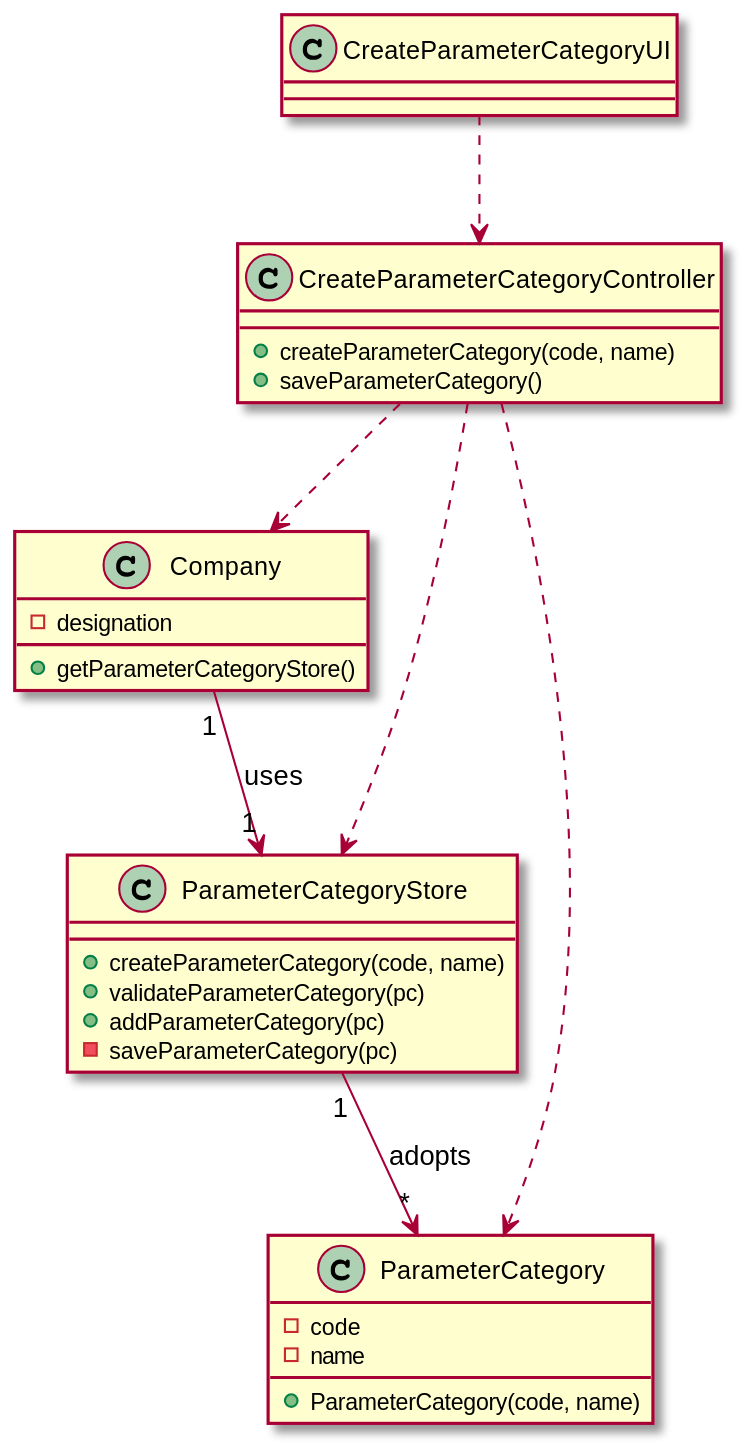
The PlantUML diagram docs/SprintB/US11/US11-CD.svg in manu-07-ela/LAPR2_ISEP, before a commit.
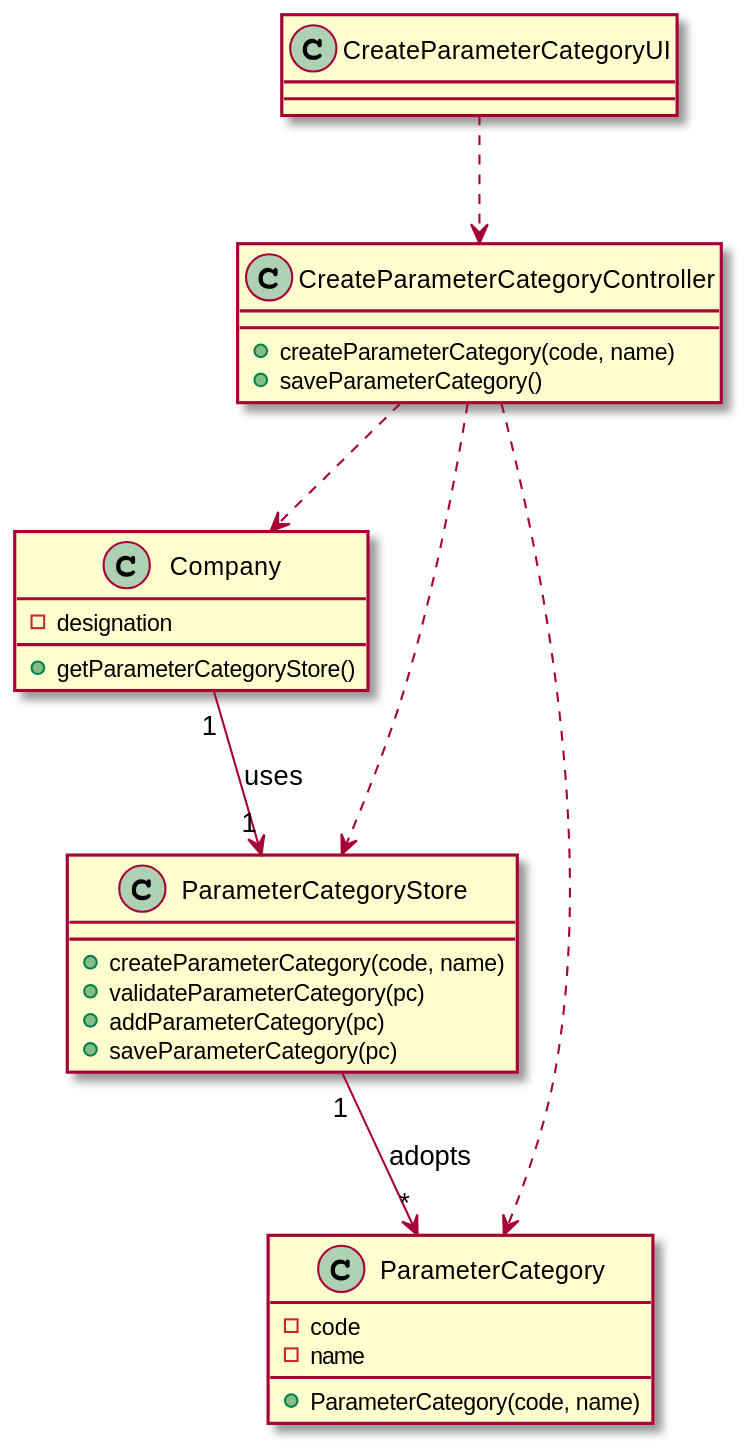
The same file after the commit.

Change to the diagram source:
```diff
@@ -20,7 +20,7 @@
 +createParameterCategory(code, name)
 +validateParameterCategory(pc)
 +addParameterCategory(pc)
--saveParameterCategory(pc)
++saveParameterCategory(pc)
 }
 
 
```
